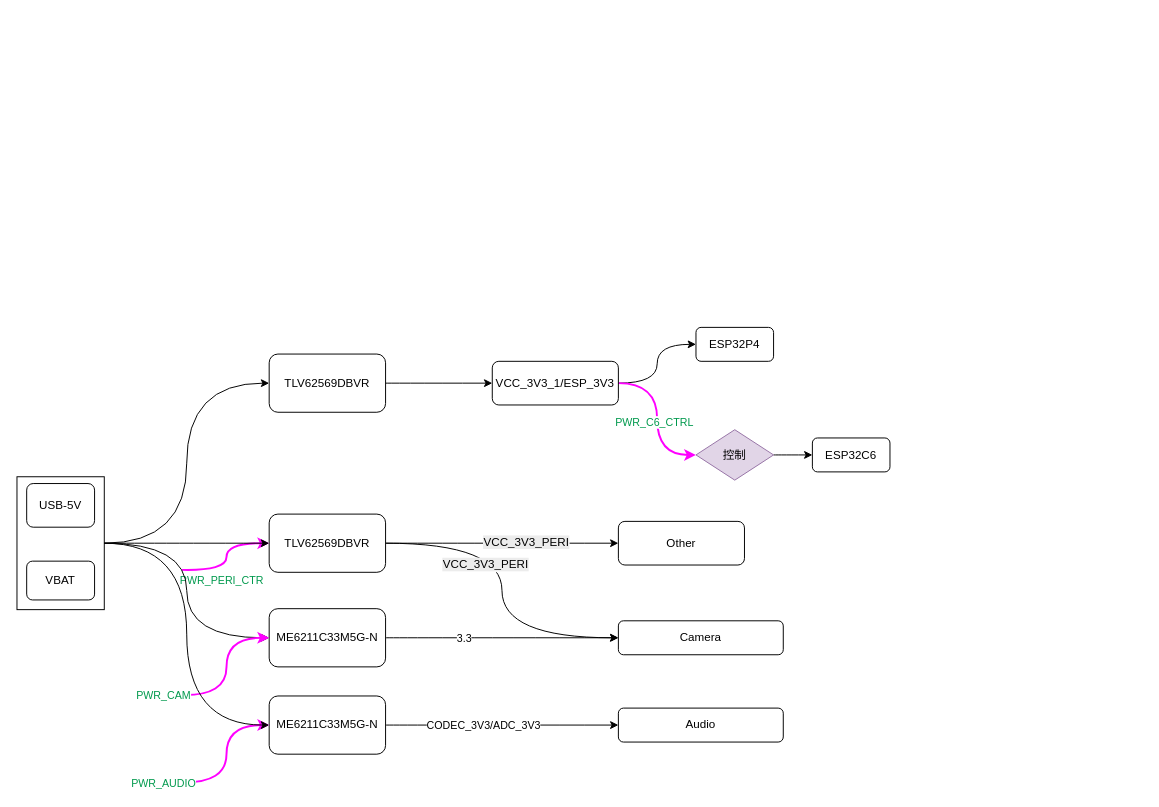
The draw.io diagram 电源管理-petlocate.drawio in mailonghua/drawio, before the edit. Source tidied: cells renumbered, new cells numbered last; positions are measured from the earlier drawing's top-left corner, leaving out a move shared by most shapes. Both pictures are drawn from the tidied source at 97%, with x=0, y=0 at pixel (16, 327).
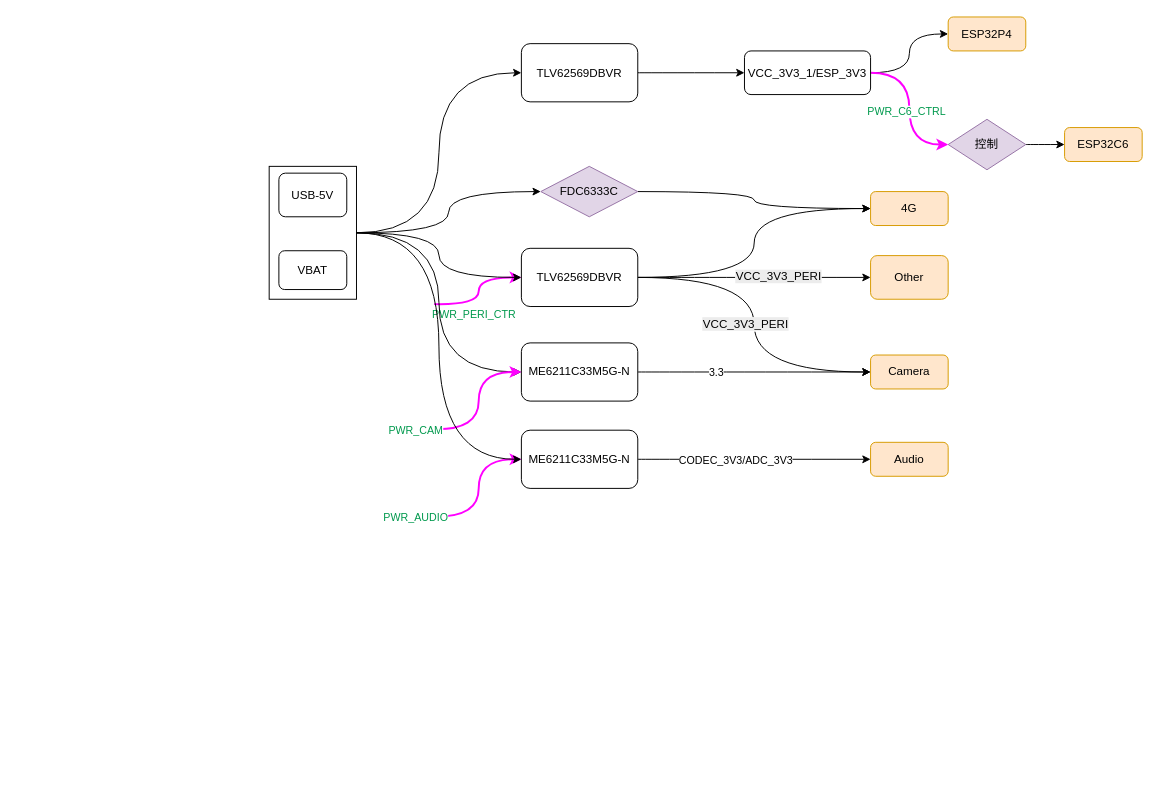
The same page after the edit.

Commit message:
更新电源管理-petlocate.drawio

The change refers to these unchanged cells:
```xml
<mxCell id="9" style="rounded=0;whiteSpace=wrap;html=1;" parent="8" vertex="1">
  <mxGeometry width="90" height="137" as="geometry" />
</mxCell>
<mxCell id="20" style="edgeStyle=orthogonalEdgeStyle;curved=1;rounded=0;jettySize=auto;html=1;exitX=1;exitY=0.5;exitDx=0;exitDy=0;entryX=0;entryY=0.5;entryDx=0;entryDy=0;" parent="1" edge="1" source="22" target="30">
  <mxGeometry relative="1" as="geometry" />
</mxCell>
```

What changed in the source:
```diff
@@
     <mxCell id="3" value="TLV62569DBVR" style="rounded=1;whiteSpace=wrap;html=1;" parent="1" vertex="1">
-      <mxGeometry x="260" y="27.5" width="120" height="60" as="geometry" />
+      <mxGeometry x="520" y="-292.5" width="120" height="60" as="geometry" />
     </mxCell>
@@
     <mxCell id="7" value="VCC_3V3_1/ESP_3V3" style="rounded=1;whiteSpace=wrap;html=1;" parent="1" vertex="1">
-      <mxGeometry x="490" y="35" width="130" height="45" as="geometry" />
+      <mxGeometry x="750" y="-285" width="130" height="45" as="geometry" />
     </mxCell>
     <mxCell id="8" style="group;" parent="1" vertex="1">
-      <mxGeometry y="154" width="90" height="137" as="geometry" />
+      <mxGeometry x="260" y="-166" width="90" height="137" as="geometry" />
     </mxCell>
@@
-    <mxCell id="12" value="ESP32P4" style="rounded=1;whiteSpace=wrap;html=1;" parent="1" vertex="1">
-      <mxGeometry x="700" width="80" height="35" as="geometry" />
+    <mxCell id="12" value="ESP32P4" style="rounded=1;whiteSpace=wrap;html=1;fillColor=#ffe6cc;strokeColor=#d79b00;" parent="1" vertex="1">
+      <mxGeometry x="960" y="-320" width="80" height="35" as="geometry" />
     </mxCell>
@@
     <mxCell id="14" value="控制" style="rhombus;whiteSpace=wrap;html=1;fillColor=#e1d5e7;strokeColor=#9673a6;" parent="1" vertex="1">
-      <mxGeometry x="700" y="105.5" width="80" height="52" as="geometry" />
+      <mxGeometry x="960" y="-214.5" width="80" height="52" as="geometry" />
     </mxCell>
-    <mxCell id="15" value="ESP32C6" style="rounded=1;whiteSpace=wrap;html=1;" parent="1" vertex="1">
-      <mxGeometry x="820" y="114" width="80" height="35" as="geometry" />
+    <mxCell id="15" value="ESP32C6" style="rounded=1;whiteSpace=wrap;html=1;fillColor=#ffe6cc;strokeColor=#d79b00;" parent="1" vertex="1">
+      <mxGeometry x="1080" y="-206" width="80" height="35" as="geometry" />
     </mxCell>
@@
     <mxCell id="18" style="edgeStyle=orthogonalEdgeStyle;curved=1;rounded=0;jettySize=auto;html=1;exitX=0;exitY=0.5;exitDx=0;exitDy=0;startArrow=classic;startFill=1;endArrow=none;endFill=0;strokeColor=#FF00FF;strokeWidth=2;" parent="1" edge="1" source="22">
       <mxGeometry relative="1" as="geometry">
-        <mxPoint x="170" y="250" as="targetPoint" />
+        <mxPoint x="430" y="-24" as="targetPoint" />
         <Array as="points">
-          <mxPoint x="216" y="223" />
-          <mxPoint x="216" y="251" />
-          <mxPoint x="170" y="251" />
+          <mxPoint x="476" y="-51" />
+          <mxPoint x="476" y="-23" />
+          <mxPoint x="430" y="-23" />
         </Array>
       </mxGeometry>
     </mxCell>
@@
     <mxCell id="21" value="&lt;span style=&quot;font-size: 12px; text-wrap: wrap; background-color: rgb(236, 236, 236);&quot;&gt;VCC_3V3_PERI&lt;/span&gt;" style="edgeLabel;html=1;align=center;verticalAlign=middle;" parent="20" vertex="1">
-      <mxGeometry x="-0.16" y="-18" relative="1" as="geometry" />
+      <mxGeometry x="-0.16" y="-18" relative="1" as="geometry">
+        <mxPoint x="8" y="26" as="offset" />
+      </mxGeometry>
     </mxCell>
+    <mxCell id="40" style="edgeStyle=orthogonalEdgeStyle;curved=1;rounded=0;jettySize=auto;html=1;exitX=1;exitY=0.5;exitDx=0;exitDy=0;entryX=0;entryY=0.5;entryDx=0;entryDy=0;" parent="1" edge="1" source="22" target="41">
+      <mxGeometry relative="1" as="geometry" />
+    </mxCell>
     <mxCell id="22" value="TLV62569DBVR" style="rounded=1;whiteSpace=wrap;html=1;" parent="1" vertex="1">
-      <mxGeometry x="260" y="192.5" width="120" height="60" as="geometry" />
+      <mxGeometry x="520" y="-81.5" width="120" height="60" as="geometry" />
     </mxCell>
@@
-    <mxCell id="24" value="Other" style="rounded=1;whiteSpace=wrap;html=1;" parent="1" vertex="1">
-      <mxGeometry x="620" y="200" width="130" height="45" as="geometry" />
+    <mxCell id="24" value="Other" style="rounded=1;whiteSpace=wrap;html=1;fillColor=#ffe6cc;strokeColor=#d79b00;" parent="1" vertex="1">
+      <mxGeometry x="880" y="-74" width="80" height="45" as="geometry" />
     </mxCell>
@@
     <mxCell id="28" value="ME6211C33M5G-N" style="rounded=1;whiteSpace=wrap;html=1;" parent="1" vertex="1">
-      <mxGeometry x="260" y="290" width="120" height="60" as="geometry" />
+      <mxGeometry x="520" y="16" width="120" height="60" as="geometry" />
     </mxCell>
@@
-    <mxCell id="30" value="Camera" style="rounded=1;whiteSpace=wrap;html=1;" parent="1" vertex="1">
-      <mxGeometry x="620" y="302.5" width="170" height="35" as="geometry" />
+    <mxCell id="30" value="Camera" style="rounded=1;whiteSpace=wrap;html=1;fillColor=#ffe6cc;strokeColor=#d79b00;" parent="1" vertex="1">
+      <mxGeometry x="880" y="28.5" width="80" height="35" as="geometry" />
     </mxCell>
     <mxCell id="31" style="edgeStyle=orthogonalEdgeStyle;curved=1;rounded=0;jettySize=auto;html=1;exitX=0;exitY=0.5;exitDx=0;exitDy=0;startArrow=classic;startFill=1;endArrow=none;endFill=0;strokeColor=#FF00FF;strokeWidth=2;" parent="1" edge="1" source="28">
       <mxGeometry relative="1" as="geometry">
-        <mxPoint x="170" y="379" as="targetPoint" />
+        <mxPoint x="430" y="105" as="targetPoint" />
         <Array as="points">
-          <mxPoint x="216" y="320" />
-          <mxPoint x="216" y="380" />
-          <mxPoint x="170" y="380" />
+          <mxPoint x="476" y="46" />
+          <mxPoint x="476" y="106" />
+          <mxPoint x="430" y="106" />
         </Array>
       </mxGeometry>
     </mxCell>
@@
     <mxCell id="35" value="ME6211C33M5G-N" style="rounded=1;whiteSpace=wrap;html=1;" parent="1" vertex="1">
-      <mxGeometry x="260" y="380" width="120" height="60" as="geometry" />
+      <mxGeometry x="520" y="106" width="120" height="60" as="geometry" />
     </mxCell>
-    <mxCell id="36" value="Audio" style="rounded=1;whiteSpace=wrap;html=1;" parent="1" vertex="1">
-      <mxGeometry x="620" y="392.5" width="170" height="35" as="geometry" />
+    <mxCell id="36" value="Audio" style="rounded=1;whiteSpace=wrap;html=1;fillColor=#ffe6cc;strokeColor=#d79b00;" parent="1" vertex="1">
+      <mxGeometry x="880" y="118.5" width="80" height="35" as="geometry" />
     </mxCell>
     <mxCell id="37" style="edgeStyle=orthogonalEdgeStyle;curved=1;rounded=0;jettySize=auto;html=1;exitX=0;exitY=0.5;exitDx=0;exitDy=0;startArrow=classic;startFill=1;endArrow=none;endFill=0;strokeColor=#FF00FF;strokeWidth=2;" parent="1" edge="1" source="35">
       <mxGeometry relative="1" as="geometry">
-        <mxPoint x="170" y="469" as="targetPoint" />
+        <mxPoint x="430" y="195" as="targetPoint" />
         <Array as="points">
-          <mxPoint x="216" y="410" />
-          <mxPoint x="216" y="470" />
-          <mxPoint x="170" y="470" />
+          <mxPoint x="476" y="136" />
+          <mxPoint x="476" y="196" />
+          <mxPoint x="430" y="196" />
         </Array>
       </mxGeometry>
     </mxCell>
@@
+    <mxCell id="41" value="4G" style="rounded=1;whiteSpace=wrap;html=1;fillColor=#ffe6cc;strokeColor=#d79b00;" parent="1" vertex="1">
+      <mxGeometry x="880" y="-140" width="80" height="35" as="geometry" />
+    </mxCell>
+    <mxCell id="42" style="edgeStyle=orthogonalEdgeStyle;curved=1;rounded=0;jettySize=auto;html=1;exitX=1;exitY=0.5;exitDx=0;exitDy=0;entryX=0;entryY=0.5;entryDx=0;entryDy=0;" parent="1" edge="1" source="43" target="41">
+      <mxGeometry relative="1" as="geometry" />
+    </mxCell>
+    <mxCell id="43" value="FDC6333C" style="rhombus;whiteSpace=wrap;html=1;fillColor=#e1d5e7;strokeColor=#9673a6;" parent="1" vertex="1">
+      <mxGeometry x="540" y="-166" width="100" height="52" as="geometry" />
+    </mxCell>
+    <mxCell id="44" style="edgeStyle=orthogonalEdgeStyle;curved=1;rounded=0;jettySize=auto;html=1;exitX=1;exitY=0.5;exitDx=0;exitDy=0;entryX=0;entryY=0.5;entryDx=0;entryDy=0;" parent="1" edge="1" source="9" target="43">
+      <mxGeometry relative="1" as="geometry" />
+    </mxCell>
```
